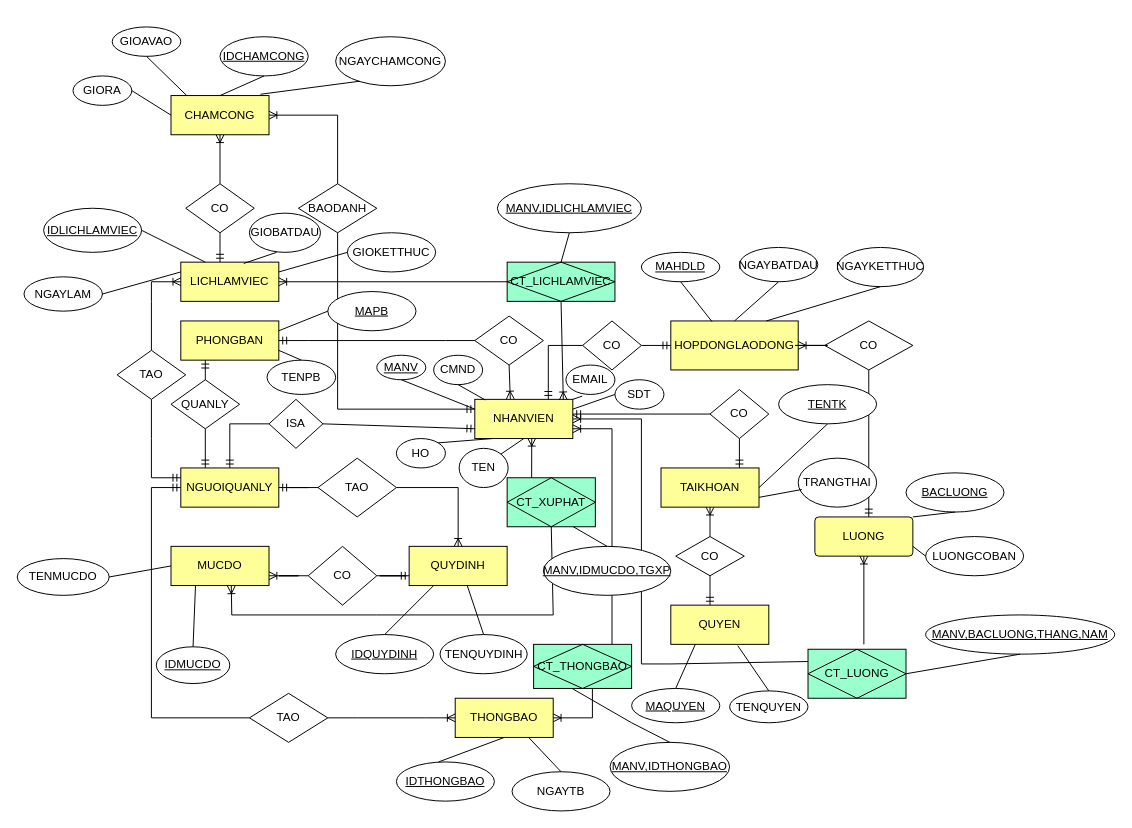
Earlier version of the draw.io diagram Biểu đồ không có tiêu đề.drawio (VanTruongPTITHCM2002/c-). Source tidied: cells renumbered, new cells numbered last; positions are measured from the earlier drawing's top-left corner, leaving out a move shared by most shapes. Both pictures are drawn from the tidied source at 98%, with x=0, y=0 at pixel (17, 26).
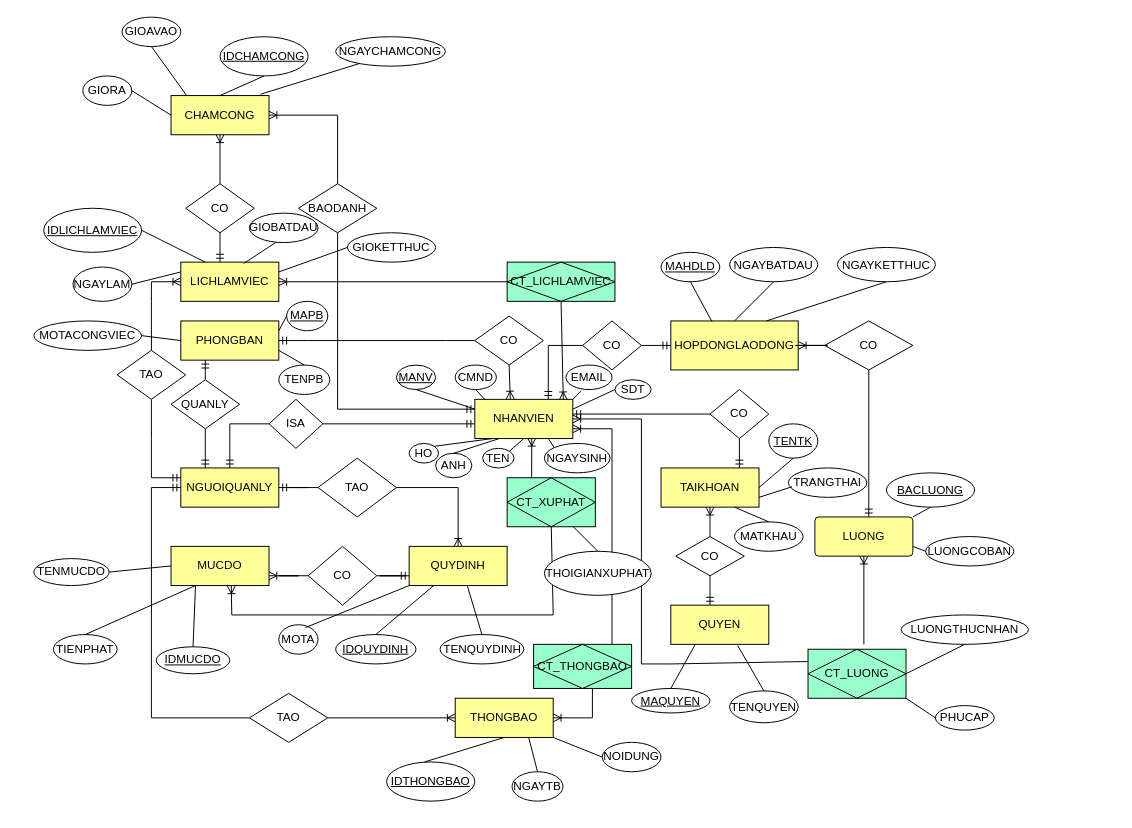
Above is the later version.

Commit message:
Cập nhật Biểu đồ không có tiêu đề.drawio

Unchanged cells that the change refers to:
```xml
<mxCell id="14" value="NHANVIEN" style="whiteSpace=wrap;html=1;align=center;fillColor=#FFFF99;" parent="1" vertex="1">
  <mxGeometry x="467" y="380" width="100" height="40" as="geometry" />
</mxCell>
<mxCell id="16" value="ISA" style="shape=rhombus;perimeter=rhombusPerimeter;whiteSpace=wrap;html=1;align=center;" parent="1" vertex="1">
  <mxGeometry x="257" y="380" width="55" height="50" as="geometry" />
</mxCell>
<mxCell id="18" value="MUCDO" style="whiteSpace=wrap;html=1;align=center;fillColor=#FFFF99;" parent="1" vertex="1">
  <mxGeometry x="157" y="530" width="100" height="40" as="geometry" />
</mxCell>
<mxCell id="19" value="QUYDINH" style="whiteSpace=wrap;html=1;align=center;fillColor=#FFFF99;" parent="1" vertex="1">
  <mxGeometry x="400" y="530" width="100" height="40" as="geometry" />
</mxCell>
<mxCell id="26" value="THONGBAO" style="whiteSpace=wrap;html=1;align=center;fillColor=#FFFF99;" parent="1" vertex="1">
  <mxGeometry x="447" y="685" width="100" height="40" as="geometry" />
</mxCell>
<mxCell id="30" value="CT_XUPHAT" style="shape=associativeEntity;whiteSpace=wrap;html=1;align=center;fillColor=#99FFCC;" parent="1" vertex="1">
  <mxGeometry x="500" y="460" width="90" height="50" as="geometry" />
</mxCell>
<mxCell id="34" value="CT_THONGBAO" style="shape=associativeEntity;whiteSpace=wrap;html=1;align=center;fillColor=#99FFCC;" parent="1" vertex="1">
  <mxGeometry x="527" y="630" width="100" height="45" as="geometry" />
</mxCell>
<mxCell id="36" value="PHONGBAN" style="whiteSpace=wrap;html=1;align=center;fillColor=#FFFF99;" parent="1" vertex="1">
  <mxGeometry x="167" y="300" width="100" height="40" as="geometry" />
</mxCell>
<mxCell id="43" value="CT_LICHLAMVIEC" style="shape=associativeEntity;whiteSpace=wrap;html=1;align=center;fillColor=#99FFCC;" parent="1" vertex="1">
  <mxGeometry x="500" y="240" width="110" height="40" as="geometry" />
</mxCell>
<mxCell id="47" value="TAIKHOAN" style="whiteSpace=wrap;html=1;align=center;fillColor=#FFFF99;" parent="1" vertex="1">
  <mxGeometry x="657" y="450" width="100" height="40" as="geometry" />
</mxCell>
<mxCell id="62" value="CT_LUONG" style="shape=associativeEntity;whiteSpace=wrap;html=1;align=center;fillColor=#99FFCC;" parent="1" vertex="1">
  <mxGeometry x="807" y="635" width="100" height="50" as="geometry" />
</mxCell>
```

What changed in the source:
```diff
@@
-    <mxCell id="17" style="fontSize=12;html=1;endArrow=ERmandOne;rounded=0;exitX=1;exitY=0.5;exitDx=0;exitDy=0;entryX=0;entryY=0.75;entryDx=0;entryDy=0;" parent="1" edge="1" source="16" target="14">
-      <mxGeometry relative="1" as="geometry" />
+    <mxCell id="17" style="fontSize=12;html=1;endArrow=ERmandOne;rounded=0;exitX=1;exitY=0.5;exitDx=0;exitDy=0;" parent="1" edge="1" source="16">
+      <mxGeometry relative="1" as="geometry">
+        <mxPoint x="467" y="405" as="targetPoint" />
+      </mxGeometry>
     </mxCell>
@@
     <mxCell id="65" value="MANV" style="ellipse;whiteSpace=wrap;html=1;align=center;fontStyle=4;" parent="1" vertex="1">
-      <mxGeometry x="367" y="335" width="50" height="25" as="geometry" />
+      <mxGeometry x="387" y="345" width="40" height="25" as="geometry" />
     </mxCell>
@@
     <mxCell id="67" value="CMND" style="ellipse;whiteSpace=wrap;html=1;align=center;" parent="1" vertex="1">
-      <mxGeometry x="425" y="335" width="50" height="30" as="geometry" />
+      <mxGeometry x="447" y="345" width="42" height="25" as="geometry" />
     </mxCell>
@@
     <mxCell id="69" value="HO" style="ellipse;whiteSpace=wrap;html=1;align=center;" parent="1" vertex="1">
-      <mxGeometry x="387" y="420" width="50" height="30" as="geometry" />
+      <mxGeometry x="400" y="425" width="30" height="20" as="geometry" />
     </mxCell>
@@
     <mxCell id="71" value="TEN" style="ellipse;whiteSpace=wrap;html=1;align=center;" parent="1" vertex="1">
-      <mxGeometry x="451" y="430" width="50" height="40" as="geometry" />
+      <mxGeometry x="475" y="430" width="32" height="20" as="geometry" />
     </mxCell>
@@
     <mxCell id="73" value="EMAIL" style="ellipse;whiteSpace=wrap;html=1;align=center;" parent="1" vertex="1">
-      <mxGeometry x="560" y="345" width="50" height="30" as="geometry" />
+      <mxGeometry x="560" y="345" width="47" height="25" as="geometry" />
     </mxCell>
@@
     <mxCell id="75" value="SDT" style="ellipse;whiteSpace=wrap;html=1;align=center;" parent="1" vertex="1">
-      <mxGeometry x="610" y="360" width="50" height="30" as="geometry" />
+      <mxGeometry x="610" y="360" width="37" height="20" as="geometry" />
     </mxCell>
@@
     <mxCell id="77" value="MAHDLD" style="ellipse;whiteSpace=wrap;html=1;align=center;fontStyle=4;" parent="1" vertex="1">
-      <mxGeometry x="637" y="230" width="80" height="30" as="geometry" />
+      <mxGeometry x="657" y="230" width="60" height="30" as="geometry" />
     </mxCell>
@@
     <mxCell id="79" value="NGAYBATDAU" style="ellipse;whiteSpace=wrap;html=1;align=center;" parent="1" vertex="1">
-      <mxGeometry x="737" y="225" width="80" height="35" as="geometry" />
+      <mxGeometry x="727" y="225" width="90" height="35" as="geometry" />
     </mxCell>
@@
     <mxCell id="81" value="NGAYKETTHUC" style="ellipse;whiteSpace=wrap;html=1;align=center;" parent="1" vertex="1">
-      <mxGeometry x="837" y="225" width="88" height="40" as="geometry" />
+      <mxGeometry x="837" y="225" width="100" height="35" as="geometry" />
     </mxCell>
@@
     <mxCell id="85" value="NGAYCHAMCONG" style="ellipse;whiteSpace=wrap;html=1;align=center;" parent="1" vertex="1">
-      <mxGeometry x="325" y="10" width="112" height="50" as="geometry" />
+      <mxGeometry x="325" y="10" width="112" height="30" as="geometry" />
     </mxCell>
@@
     <mxCell id="87" value="GIOAVAO" style="ellipse;whiteSpace=wrap;html=1;align=center;" parent="1" vertex="1">
-      <mxGeometry x="97" width="70" height="30" as="geometry" />
+      <mxGeometry x="107" y="-10" width="60" height="30" as="geometry" />
     </mxCell>
@@
     <mxCell id="89" value="GIORA" style="ellipse;whiteSpace=wrap;html=1;align=center;" parent="1" vertex="1">
-      <mxGeometry x="57" y="50" width="60" height="30" as="geometry" />
+      <mxGeometry x="67" y="50" width="50" height="30" as="geometry" />
     </mxCell>
@@
     <mxCell id="93" value="NGAYLAM" style="ellipse;whiteSpace=wrap;html=1;align=center;" parent="1" vertex="1">
-      <mxGeometry x="7" y="255" width="80" height="35" as="geometry" />
+      <mxGeometry x="57" y="245" width="60" height="35" as="geometry" />
     </mxCell>
@@
     <mxCell id="95" value="GIOBATDAU" style="ellipse;whiteSpace=wrap;html=1;align=center;" parent="1" vertex="1">
-      <mxGeometry x="237" y="190" width="72.5" height="40" as="geometry" />
+      <mxGeometry x="237" y="190" width="70" height="30" as="geometry" />
     </mxCell>
@@
     <mxCell id="97" value="GIOKETTHUC" style="ellipse;whiteSpace=wrap;html=1;align=center;" parent="1" vertex="1">
-      <mxGeometry x="337" y="210" width="90" height="40" as="geometry" />
+      <mxGeometry x="337" y="210" width="90" height="30" as="geometry" />
     </mxCell>
@@
     <mxCell id="99" value="IDTHONGBAO" style="ellipse;whiteSpace=wrap;html=1;align=center;fontStyle=4;" parent="1" vertex="1">
-      <mxGeometry x="387" y="750" width="100" height="40" as="geometry" />
+      <mxGeometry x="377" y="750" width="90" height="40" as="geometry" />
     </mxCell>
@@
     <mxCell id="101" value="NGAYTB" style="ellipse;whiteSpace=wrap;html=1;align=center;" parent="1" vertex="1">
-      <mxGeometry x="505" y="760" width="100" height="40" as="geometry" />
+      <mxGeometry x="505" y="760" width="52" height="30" as="geometry" />
     </mxCell>
@@
     <mxCell id="103" value="MAPB" style="ellipse;whiteSpace=wrap;html=1;align=center;fontStyle=4;" parent="1" vertex="1">
-      <mxGeometry x="317" y="270" width="90" height="40" as="geometry" />
+      <mxGeometry x="275" y="280" width="42" height="30" as="geometry" />
     </mxCell>
@@
     <mxCell id="105" value="TENPB" style="ellipse;whiteSpace=wrap;html=1;align=center;" parent="1" vertex="1">
-      <mxGeometry x="255" y="340" width="70" height="35" as="geometry" />
+      <mxGeometry x="267" y="345" width="52" height="30" as="geometry" />
     </mxCell>
@@
     <mxCell id="107" value="BACLUONG" style="ellipse;whiteSpace=wrap;html=1;align=center;fontStyle=4;" parent="1" vertex="1">
-      <mxGeometry x="907" y="455" width="100" height="40" as="geometry" />
+      <mxGeometry x="887" y="455" width="90" height="35" as="geometry" />
     </mxCell>
@@
     <mxCell id="109" value="LUONGCOBAN" style="ellipse;whiteSpace=wrap;html=1;align=center;" parent="1" vertex="1">
-      <mxGeometry x="927" y="520" width="100" height="40" as="geometry" />
+      <mxGeometry x="927" y="520" width="90" height="30" as="geometry" />
     </mxCell>
@@
     <mxCell id="111" value="MAQUYEN" style="ellipse;whiteSpace=wrap;html=1;align=center;fontStyle=4;" parent="1" vertex="1">
-      <mxGeometry x="627" y="675" width="90" height="35" as="geometry" />
+      <mxGeometry x="627" y="675" width="80" height="25" as="geometry" />
     </mxCell>
@@
     <mxCell id="113" value="TENQUYEN" style="ellipse;whiteSpace=wrap;html=1;align=center;" parent="1" vertex="1">
-      <mxGeometry x="727" y="677.5" width="80" height="32.5" as="geometry" />
+      <mxGeometry x="727" y="677.5" width="70" height="32.5" as="geometry" />
     </mxCell>
@@
     <mxCell id="115" value="IDMUCDO" style="ellipse;whiteSpace=wrap;html=1;align=center;fontStyle=4;" parent="1" vertex="1">
-      <mxGeometry x="142" y="632.5" width="75" height="37.5" as="geometry" />
+      <mxGeometry x="142" y="632.5" width="75" height="27.5" as="geometry" />
     </mxCell>
@@
     <mxCell id="117" value="TENMUCDO" style="ellipse;whiteSpace=wrap;html=1;align=center;" parent="1" vertex="1">
-      <mxGeometry x="0.1" y="542.5" width="93.8" height="37.5" as="geometry" />
+      <mxGeometry x="17" y="542.5" width="76.9" height="27.5" as="geometry" />
     </mxCell>
@@
     <mxCell id="119" value="IDQUYDINH" style="ellipse;whiteSpace=wrap;html=1;align=center;fontStyle=4;" parent="1" vertex="1">
-      <mxGeometry x="325" y="620" width="100" height="40" as="geometry" />
+      <mxGeometry x="325" y="620" width="82" height="30" as="geometry" />
     </mxCell>
@@
     <mxCell id="121" value="TENQUYDINH" style="ellipse;whiteSpace=wrap;html=1;align=center;" parent="1" vertex="1">
-      <mxGeometry x="431.5" y="620" width="89" height="40" as="geometry" />
+      <mxGeometry x="431.5" y="620" width="85.5" height="30" as="geometry" />
     </mxCell>
@@
     <mxCell id="123" value="TENTK" style="ellipse;whiteSpace=wrap;html=1;align=center;fontStyle=4;" parent="1" vertex="1">
-      <mxGeometry x="777" y="365" width="100" height="40" as="geometry" />
+      <mxGeometry x="767" y="405" width="50" height="35" as="geometry" />
     </mxCell>
@@
     <mxCell id="125" value="TRANGTHAI" style="ellipse;whiteSpace=wrap;html=1;align=center;" parent="1" vertex="1">
-      <mxGeometry x="797" y="440" width="80" height="50" as="geometry" />
+      <mxGeometry x="787" y="450" width="80" height="30" as="geometry" />
     </mxCell>
@@
-    <mxCell id="127" value="MANV,IDLICHLAMVIEC" style="ellipse;whiteSpace=wrap;html=1;align=center;fontStyle=4;" parent="1" vertex="1">
-      <mxGeometry x="490" y="160" width="147" height="50" as="geometry" />
-    </mxCell>
-    <mxCell id="128" style="endArrow=none;html=1;rounded=0;exitX=0.5;exitY=1;exitDx=0;exitDy=0;entryX=0.5;entryY=0;entryDx=0;entryDy=0;" parent="1" edge="1" source="127" target="43">
-      <mxGeometry relative="1" as="geometry" />
-    </mxCell>
-    <mxCell id="129" value="MANV,BACLUONG,THANG,NAM" style="ellipse;whiteSpace=wrap;html=1;align=center;fontStyle=4;" parent="1" vertex="1">
-      <mxGeometry x="927" y="600" width="193" height="40" as="geometry" />
-    </mxCell>
-    <mxCell id="130" style="endArrow=none;html=1;rounded=0;exitX=1;exitY=0.5;exitDx=0;exitDy=0;entryX=0.5;entryY=1;entryDx=0;entryDy=0;" parent="1" edge="1" source="62" target="129">
+    <mxCell id="130" style="endArrow=none;html=1;rounded=0;exitX=1;exitY=0.5;exitDx=0;exitDy=0;entryX=0.5;entryY=1;entryDx=0;entryDy=0;" parent="1" edge="1" source="62" target="135">
       <mxGeometry relative="1" as="geometry" />
     </mxCell>
-    <mxCell id="131" value="MANV,IDTHONGBAO" style="ellipse;whiteSpace=wrap;html=1;align=center;fontStyle=4;" parent="1" vertex="1">
-      <mxGeometry x="605" y="730" width="122" height="50" as="geometry" />
-    </mxCell>
-    <mxCell id="132" style="endArrow=none;html=1;rounded=0;exitX=0.5;exitY=0;exitDx=0;exitDy=0;entryX=0.397;entryY=1.007;entryDx=0;entryDy=0;entryPerimeter=0;" parent="1" edge="1" source="131" target="34">
-      <mxGeometry relative="1" as="geometry">
-        <Array as="points">
-          <mxPoint x="627" y="710" />
-        </Array>
-      </mxGeometry>
-    </mxCell>
-    <mxCell id="133" value="MANV,IDMUCDO,TGXP" style="ellipse;whiteSpace=wrap;html=1;align=center;fontStyle=4;" parent="1" vertex="1">
-      <mxGeometry x="537" y="530" width="130" height="50" as="geometry" />
-    </mxCell>
-    <mxCell id="134" style="endArrow=none;html=1;rounded=0;exitX=0.75;exitY=1;exitDx=0;exitDy=0;entryX=0.5;entryY=0;entryDx=0;entryDy=0;" parent="1" edge="1" source="30" target="133">
-      <mxGeometry relative="1" as="geometry" />
-    </mxCell>
+    <mxCell id="135" value="LUONGTHUCNHAN" style="ellipse;whiteSpace=wrap;html=1;align=center;" parent="1" vertex="1">
+      <mxGeometry x="902" y="600" width="130" height="30" as="geometry" />
+    </mxCell>
+    <mxCell id="136" value="THOIGIANXUPHAT" style="ellipse;whiteSpace=wrap;html=1;align=center;" parent="1" vertex="1">
+      <mxGeometry x="538" y="535" width="109" height="45" as="geometry" />
+    </mxCell>
+    <mxCell id="137" style="endArrow=none;html=1;rounded=0;exitX=0.75;exitY=1;exitDx=0;exitDy=0;entryX=0.5;entryY=0;entryDx=0;entryDy=0;" parent="1" edge="1" source="30" target="136">
+      <mxGeometry relative="1" as="geometry" />
+    </mxCell>
+    <mxCell id="138" value="PHUCAP" style="ellipse;whiteSpace=wrap;html=1;align=center;" parent="1" vertex="1">
+      <mxGeometry x="937" y="692.5" width="60" height="25" as="geometry" />
+    </mxCell>
+    <mxCell id="139" style="endArrow=none;html=1;rounded=0;exitX=1;exitY=1;exitDx=0;exitDy=0;entryX=0;entryY=0.5;entryDx=0;entryDy=0;" parent="1" edge="1" source="62" target="138">
+      <mxGeometry relative="1" as="geometry" />
+    </mxCell>
+    <mxCell id="140" value="TIENPHAT" style="ellipse;whiteSpace=wrap;html=1;align=center;" parent="1" vertex="1">
+      <mxGeometry x="37" y="620" width="65" height="30" as="geometry" />
+    </mxCell>
+    <mxCell id="141" style="endArrow=none;html=1;rounded=0;exitX=0.5;exitY=0;exitDx=0;exitDy=0;entryX=0.25;entryY=1;entryDx=0;entryDy=0;" parent="1" edge="1" source="140" target="18">
+      <mxGeometry relative="1" as="geometry" />
+    </mxCell>
+    <mxCell id="142" value="NOIDUNG" style="ellipse;whiteSpace=wrap;html=1;align=center;" parent="1" vertex="1">
+      <mxGeometry x="597" y="730" width="60" height="30" as="geometry" />
+    </mxCell>
+    <mxCell id="143" style="endArrow=none;html=1;rounded=0;exitX=1;exitY=1;exitDx=0;exitDy=0;entryX=0;entryY=0.5;entryDx=0;entryDy=0;" parent="1" edge="1" source="26" target="142">
+      <mxGeometry relative="1" as="geometry" />
+    </mxCell>
+    <mxCell id="144" value="MOTA" style="ellipse;whiteSpace=wrap;html=1;align=center;" parent="1" vertex="1">
+      <mxGeometry x="267" y="610" width="40" height="30" as="geometry" />
+    </mxCell>
+    <mxCell id="145" style="endArrow=none;html=1;rounded=0;exitX=0;exitY=1;exitDx=0;exitDy=0;entryX=0.678;entryY=0.097;entryDx=0;entryDy=0;entryPerimeter=0;" parent="1" edge="1" source="19" target="144">
+      <mxGeometry relative="1" as="geometry" />
+    </mxCell>
+    <mxCell id="146" value="MOTACONGVIEC" style="ellipse;whiteSpace=wrap;html=1;align=center;" parent="1" vertex="1">
+      <mxGeometry x="17" y="300" width="110" height="30" as="geometry" />
+    </mxCell>
+    <mxCell id="147" style="endArrow=none;html=1;rounded=0;exitX=1;exitY=0.5;exitDx=0;exitDy=0;entryX=0;entryY=0.5;entryDx=0;entryDy=0;" parent="1" edge="1" source="146" target="36">
+      <mxGeometry relative="1" as="geometry" />
+    </mxCell>
+    <mxCell id="148" value="MATKHAU" style="ellipse;whiteSpace=wrap;html=1;align=center;" parent="1" vertex="1">
+      <mxGeometry x="732" y="505" width="70" height="30" as="geometry" />
+    </mxCell>
+    <mxCell id="149" style="endArrow=none;html=1;rounded=0;exitX=0.75;exitY=1;exitDx=0;exitDy=0;entryX=0.5;entryY=0;entryDx=0;entryDy=0;" parent="1" edge="1" source="47" target="148">
+      <mxGeometry relative="1" as="geometry" />
+    </mxCell>
+    <mxCell id="150" value="NGAYSINH" style="ellipse;whiteSpace=wrap;html=1;align=center;" parent="1" vertex="1">
+      <mxGeometry x="538" y="425" width="67" height="30" as="geometry" />
+    </mxCell>
+    <mxCell id="151" style="endArrow=none;html=1;rounded=0;exitX=0.75;exitY=1;exitDx=0;exitDy=0;entryX=0;entryY=0;entryDx=0;entryDy=0;" parent="1" edge="1" source="14" target="150">
+      <mxGeometry relative="1" as="geometry" />
+    </mxCell>
+    <mxCell id="152" value="ANH" style="ellipse;whiteSpace=wrap;html=1;align=center;" parent="1" vertex="1">
+      <mxGeometry x="427" y="435" width="37" height="25" as="geometry" />
+    </mxCell>
+    <mxCell id="153" style="endArrow=none;html=1;rounded=0;exitX=0.25;exitY=1;exitDx=0;exitDy=0;entryX=0.5;entryY=0;entryDx=0;entryDy=0;" parent="1" edge="1" source="14" target="152">
+      <mxGeometry relative="1" as="geometry" />
+    </mxCell>
```
